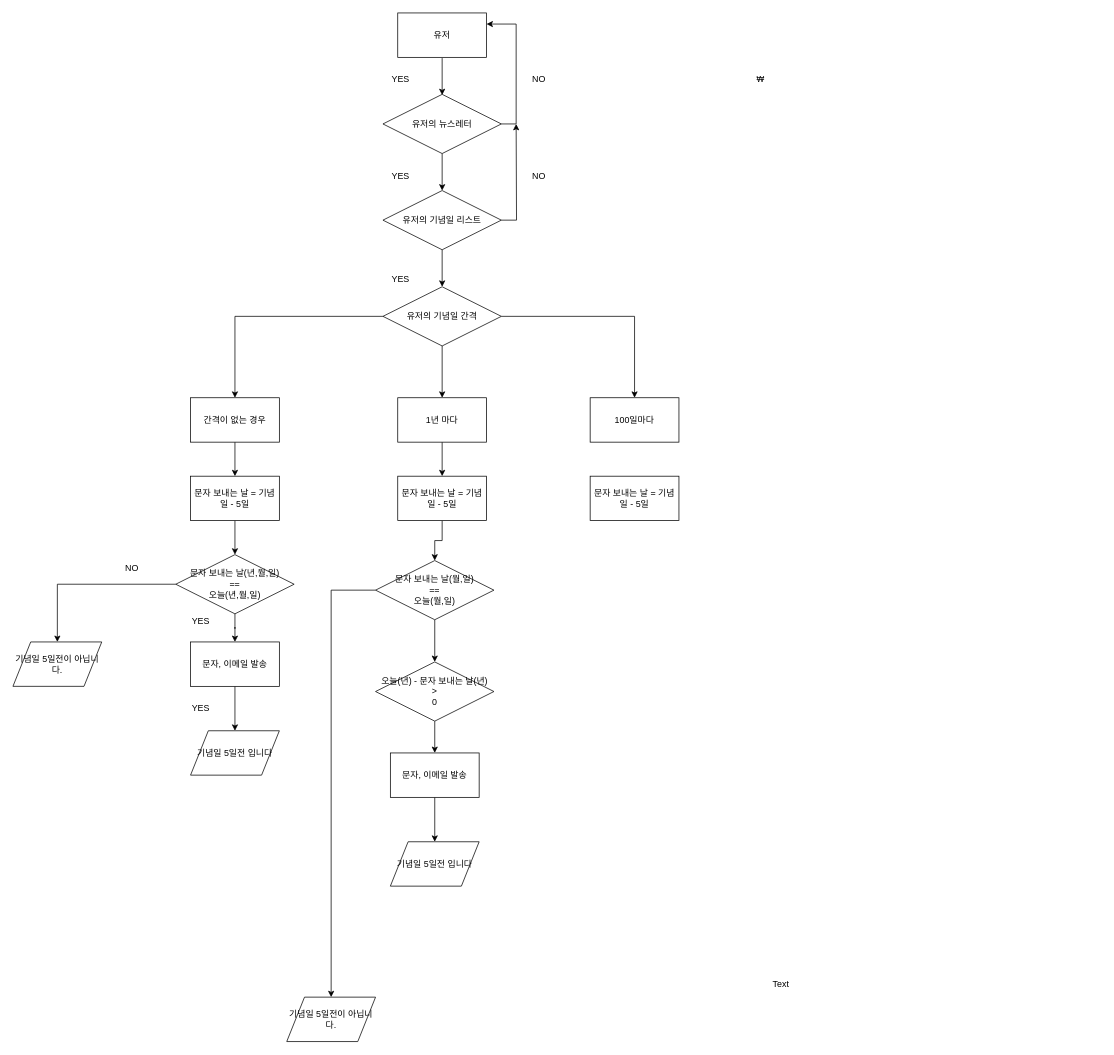
Earlier version of the draw.io diagram Untitled Diagram.drawio (ElonMoon/notebook). Source tidied: cells renumbered, new cells numbered last; positions are measured from the earlier drawing's top-left corner, leaving out a move shared by most shapes. Both pictures are drawn from the tidied source at 74%, with x=0, y=0 at pixel (13, 13).
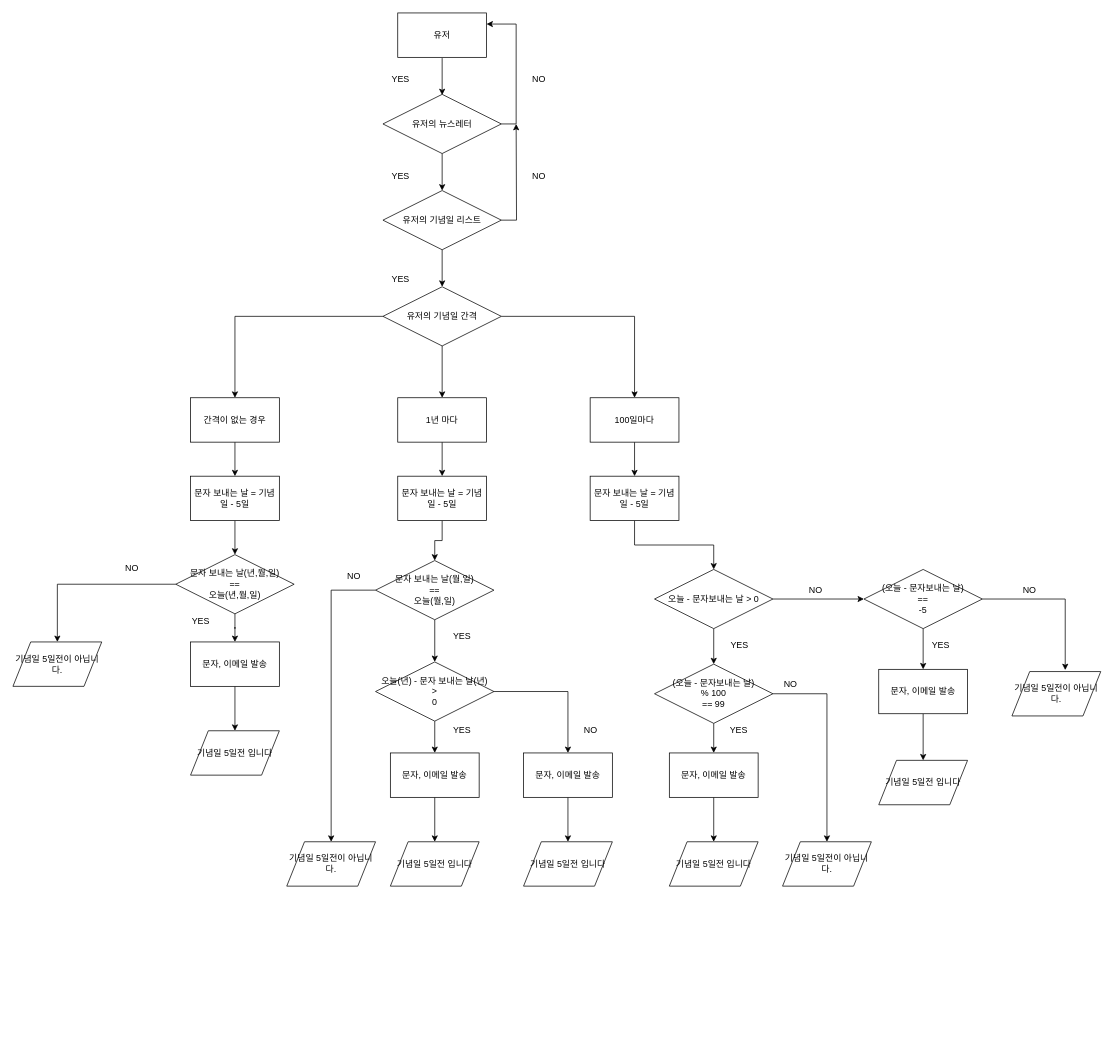
After the change.

Unchanged cells that the change refers to:
```xml
<mxCell id="18" value="100일마다&lt;br&gt;" style="rounded=0;whiteSpace=wrap;html=1;" parent="1" vertex="1">
  <mxGeometry x="780" y="520" width="120" height="60" as="geometry" />
</mxCell>
<mxCell id="26" value="문자 보내는 날 = 기념일 - 5일" style="rounded=0;whiteSpace=wrap;html=1;" parent="1" vertex="1">
  <mxGeometry x="780" y="626" width="120" height="60" as="geometry" />
</mxCell>
<mxCell id="40" value="오늘(년) - 문자 보내는 날(년)&lt;br&gt;&amp;gt;&lt;br&gt;0&lt;br&gt;" style="rhombus;whiteSpace=wrap;html=1;" parent="1" vertex="1">
  <mxGeometry x="490" y="877" width="160" height="80" as="geometry" />
</mxCell>
```

Change to the diagram source:
```diff
@@
-    <mxCell id="2" value="₩" style="edgeStyle=orthogonalEdgeStyle;rounded=0;orthogonalLoop=1;jettySize=auto;html=1;entryX=0.5;entryY=0;entryDx=0;entryDy=0;" parent="1" edge="1">
+    <mxCell id="2" style="edgeStyle=orthogonalEdgeStyle;rounded=0;orthogonalLoop=1;jettySize=auto;html=1;entryX=0.5;entryY=0;entryDx=0;entryDy=0;" parent="1" edge="1">
       <mxGeometry x="0.16" y="430" relative="1" as="geometry">
         <mxPoint x="580" y="61" as="sourcePoint" />
         <mxPoint x="580" y="111" as="targetPoint" />
       </mxGeometry>
     </mxCell>
@@
+    <mxCell id="49" style="edgeStyle=orthogonalEdgeStyle;rounded=0;jettySize=auto;html=1;entryX=0.5;entryY=0;entryDx=0;entryDy=0;" parent="1" edge="1" source="18" target="26">
+      <mxGeometry relative="1" as="geometry" />
+    </mxCell>
@@
+    <mxCell id="50" style="edgeStyle=orthogonalEdgeStyle;rounded=0;jettySize=auto;html=1;exitX=0.5;exitY=1;exitDx=0;exitDy=0;" parent="1" edge="1" source="26" target="61">
+      <mxGeometry relative="1" as="geometry" />
+    </mxCell>
@@
-    <mxCell id="37" value="YES" style="text;html=1;align=left;verticalAlign=top;spacingTop=-4;" parent="1" vertex="1">
-      <mxGeometry x="240" y="930" width="40" height="20" as="geometry" />
-    </mxCell>
@@
+    <mxCell id="51" style="edgeStyle=orthogonalEdgeStyle;rounded=0;jettySize=auto;html=1;" parent="1" edge="1" source="40" target="56">
+      <mxGeometry relative="1" as="geometry" />
+    </mxCell>
@@
-    <mxCell id="45" value="문자, 이메일 발송" style="rounded=0;whiteSpace=wrap;html=1;" parent="1" vertex="1">
+    <mxCell id="45" value="문자, 이메일 발송&lt;br&gt;" style="rounded=0;whiteSpace=wrap;html=1;" parent="1" vertex="1">
       <mxGeometry x="510" y="1000" width="120" height="60" as="geometry" />
     </mxCell>
@@
     <mxCell id="47" value="기념일 5일전이 아닙니다." style="shape=parallelogram;perimeter=parallelogramPerimeter;whiteSpace=wrap;html=1;" parent="1" vertex="1">
-      <mxGeometry x="370" y="1330" width="120" height="60" as="geometry" />
+      <mxGeometry x="370" y="1120" width="120" height="60" as="geometry" />
     </mxCell>
-    <mxCell id="48" value="Text" style="text;html=1;align=left;verticalAlign=top;spacingTop=-4;" parent="1" vertex="1">
-      <mxGeometry x="1025" y="1303" width="40" height="20" as="geometry" />
-    </mxCell>
+    <mxCell id="52" value="YES" style="text;html=1;align=left;verticalAlign=top;spacingTop=-4;" parent="1" vertex="1">
+      <mxGeometry x="593" y="832" width="40" height="20" as="geometry" />
+    </mxCell>
+    <mxCell id="53" value="NO" style="text;html=1;align=left;verticalAlign=top;spacingTop=-4;" parent="1" vertex="1">
+      <mxGeometry x="450" y="752" width="30" height="20" as="geometry" />
+    </mxCell>
+    <mxCell id="54" value="YES" style="text;html=1;align=left;verticalAlign=top;spacingTop=-4;" parent="1" vertex="1">
+      <mxGeometry x="593" y="960" width="40" height="20" as="geometry" />
+    </mxCell>
+    <mxCell id="55" style="edgeStyle=orthogonalEdgeStyle;rounded=0;jettySize=auto;html=1;entryX=0.5;entryY=0;entryDx=0;entryDy=0;" parent="1" edge="1" source="56" target="57">
+      <mxGeometry relative="1" as="geometry" />
+    </mxCell>
+    <mxCell id="56" value="문자, 이메일 발송&lt;br&gt;" style="rounded=0;whiteSpace=wrap;html=1;" parent="1" vertex="1">
+      <mxGeometry x="690" y="1000" width="120" height="60" as="geometry" />
+    </mxCell>
+    <mxCell id="57" value="기념일 5일전 입니다" style="shape=parallelogram;perimeter=parallelogramPerimeter;whiteSpace=wrap;html=1;" parent="1" vertex="1">
+      <mxGeometry x="690" y="1120" width="120" height="60" as="geometry" />
+    </mxCell>
+    <mxCell id="58" value="NO" style="text;html=1;align=left;verticalAlign=top;spacingTop=-4;" parent="1" vertex="1">
+      <mxGeometry x="770" y="960" width="30" height="20" as="geometry" />
+    </mxCell>
+    <mxCell id="59" style="edgeStyle=orthogonalEdgeStyle;rounded=0;jettySize=auto;html=1;" parent="1" edge="1" source="61" target="64">
+      <mxGeometry relative="1" as="geometry" />
+    </mxCell>
+    <mxCell id="60" style="edgeStyle=orthogonalEdgeStyle;rounded=0;jettySize=auto;html=1;entryX=0;entryY=0.5;entryDx=0;entryDy=0;" parent="1" edge="1" source="61" target="74">
+      <mxGeometry relative="1" as="geometry" />
+    </mxCell>
+    <mxCell id="61" value="오늘 - 문자보내는 날 &amp;gt; 0" style="rhombus;whiteSpace=wrap;html=1;" parent="1" vertex="1">
+      <mxGeometry x="867" y="752" width="160" height="80" as="geometry" />
+    </mxCell>
+    <mxCell id="62" style="edgeStyle=orthogonalEdgeStyle;rounded=0;jettySize=auto;html=1;" parent="1" edge="1" source="64" target="66">
+      <mxGeometry relative="1" as="geometry" />
+    </mxCell>
+    <mxCell id="63" style="edgeStyle=orthogonalEdgeStyle;rounded=0;jettySize=auto;html=1;" parent="1" edge="1" source="64" target="68">
+      <mxGeometry relative="1" as="geometry" />
+    </mxCell>
+    <mxCell id="64" value="(오늘 - 문자보내는 날)&lt;br&gt;% 100&lt;br&gt;== 99&lt;br&gt;" style="rhombus;whiteSpace=wrap;html=1;" parent="1" vertex="1">
+      <mxGeometry x="867" y="880" width="160" height="80" as="geometry" />
+    </mxCell>
+    <mxCell id="65" style="edgeStyle=orthogonalEdgeStyle;rounded=0;jettySize=auto;html=1;" parent="1" edge="1" source="66" target="67">
+      <mxGeometry relative="1" as="geometry" />
+    </mxCell>
+    <mxCell id="66" value="문자, 이메일 발송&lt;br&gt;" style="rounded=0;whiteSpace=wrap;html=1;" parent="1" vertex="1">
+      <mxGeometry x="887" y="1000" width="120" height="60" as="geometry" />
+    </mxCell>
+    <mxCell id="67" value="기념일 5일전 입니다" style="shape=parallelogram;perimeter=parallelogramPerimeter;whiteSpace=wrap;html=1;" parent="1" vertex="1">
+      <mxGeometry x="887" y="1120" width="120" height="60" as="geometry" />
+    </mxCell>
+    <mxCell id="68" value="기념일 5일전이 아닙니다." style="shape=parallelogram;perimeter=parallelogramPerimeter;whiteSpace=wrap;html=1;" parent="1" vertex="1">
+      <mxGeometry x="1040" y="1120" width="120" height="60" as="geometry" />
+    </mxCell>
+    <mxCell id="69" value="YES" style="text;html=1;align=left;verticalAlign=top;spacingTop=-4;" parent="1" vertex="1">
+      <mxGeometry x="967" y="960" width="40" height="20" as="geometry" />
+    </mxCell>
+    <mxCell id="70" value="NO" style="text;html=1;align=left;verticalAlign=top;spacingTop=-4;" parent="1" vertex="1">
+      <mxGeometry x="1040" y="897" width="30" height="20" as="geometry" />
+    </mxCell>
+    <mxCell id="71" value="YES" style="text;html=1;align=left;verticalAlign=top;spacingTop=-4;" parent="1" vertex="1">
+      <mxGeometry x="968" y="844" width="40" height="20" as="geometry" />
+    </mxCell>
+    <mxCell id="72" style="edgeStyle=orthogonalEdgeStyle;rounded=0;jettySize=auto;html=1;exitX=0.5;exitY=1;exitDx=0;exitDy=0;entryX=0.5;entryY=0;entryDx=0;entryDy=0;" parent="1" edge="1" source="74" target="77">
+      <mxGeometry relative="1" as="geometry" />
+    </mxCell>
+    <mxCell id="73" style="edgeStyle=orthogonalEdgeStyle;rounded=0;jettySize=auto;html=1;entryX=0.6;entryY=-0.033;entryDx=0;entryDy=0;entryPerimeter=0;" parent="1" edge="1" source="74" target="79">
+      <mxGeometry relative="1" as="geometry" />
+    </mxCell>
+    <mxCell id="74" value="(오늘 - 문자보내는 날)&lt;br&gt;==&lt;br&gt;-5&lt;br&gt;" style="rhombus;whiteSpace=wrap;html=1;" parent="1" vertex="1">
+      <mxGeometry x="1150" y="752" width="160" height="80" as="geometry" />
+    </mxCell>
+    <mxCell id="75" value="NO" style="text;html=1;align=left;verticalAlign=top;spacingTop=-4;" parent="1" vertex="1">
+      <mxGeometry x="1073.5" y="770" width="30" height="20" as="geometry" />
+    </mxCell>
+    <mxCell id="76" style="edgeStyle=orthogonalEdgeStyle;rounded=0;jettySize=auto;html=1;" parent="1" edge="1" source="77" target="78">
+      <mxGeometry relative="1" as="geometry" />
+    </mxCell>
+    <mxCell id="77" value="문자, 이메일 발송&lt;br&gt;" style="rounded=0;whiteSpace=wrap;html=1;" parent="1" vertex="1">
+      <mxGeometry x="1170" y="887" width="120" height="60" as="geometry" />
+    </mxCell>
+    <mxCell id="78" value="기념일 5일전 입니다" style="shape=parallelogram;perimeter=parallelogramPerimeter;whiteSpace=wrap;html=1;" parent="1" vertex="1">
+      <mxGeometry x="1170" y="1010" width="120" height="60" as="geometry" />
+    </mxCell>
+    <mxCell id="79" value="기념일 5일전이 아닙니다." style="shape=parallelogram;perimeter=parallelogramPerimeter;whiteSpace=wrap;html=1;" parent="1" vertex="1">
+      <mxGeometry x="1350" y="890" width="120" height="60" as="geometry" />
+    </mxCell>
+    <mxCell id="80" value="YES" style="text;html=1;align=left;verticalAlign=top;spacingTop=-4;" parent="1" vertex="1">
+      <mxGeometry x="1240" y="844" width="40" height="20" as="geometry" />
+    </mxCell>
+    <mxCell id="81" value="NO" style="text;html=1;align=left;verticalAlign=top;spacingTop=-4;" parent="1" vertex="1">
+      <mxGeometry x="1363" y="770" width="30" height="20" as="geometry" />
+    </mxCell>
```
